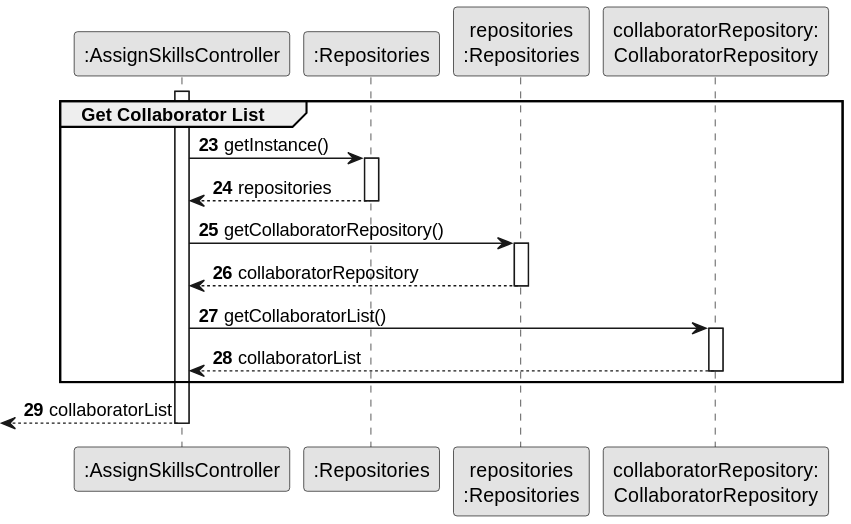
The PlantUML diagram docs/sprintB/us004/03.design/svg/us004-sequence-diagram-partial-get-collaborator-list.svg in ricardomm7/leaflink, before a commit. Its diagram source:
```plantuml
@startuml
skinparam monochrome true
skinparam packageStyle rectangle
skinparam shadowing false

autonumber 23

participant ":AssignSkillsController" as CTRL
participant ":Repositories" as GlobRepo
participant "repositories\n:Repositories" as PLAT
participant "collaboratorRepository:\nCollaboratorRepository" as CLBREP



activate CTRL
group Get Collaborator List
CTRL -> GlobRepo : getInstance()
activate GlobRepo

GlobRepo --> CTRL : repositories
deactivate GlobRepo

CTRL -> PLAT : getCollaboratorRepository()
activate PLAT

PLAT -->  CTRL: collaboratorRepository
deactivate PLAT

CTRL -> CLBREP : getCollaboratorList()
activate CLBREP

CLBREP --> CTRL : collaboratorList
deactivate CLBREP
end
<-- CTRL : collaboratorList
deactivate CTRL
@enduml
```
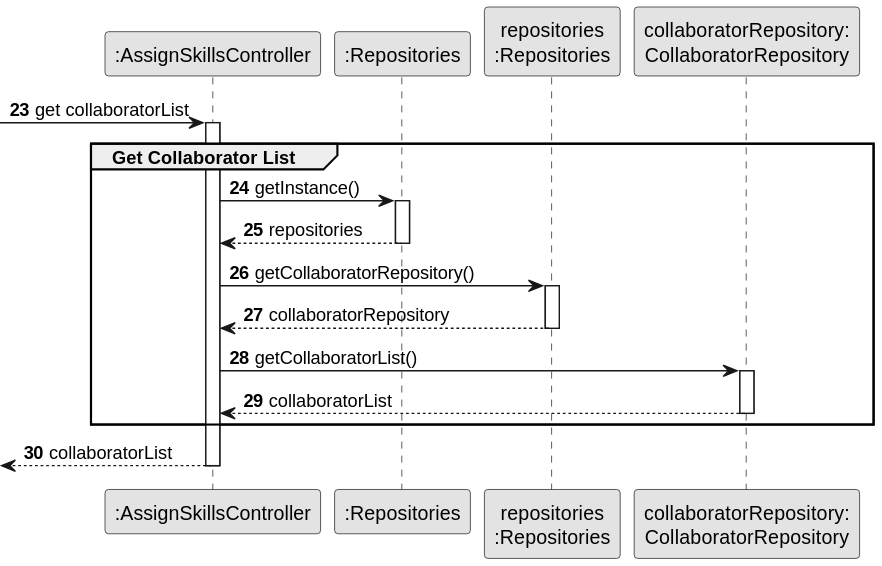
The same file after the commit.

The edit, as a diff of the source:
```diff
@@ -10,7 +10,7 @@
 participant "repositories\n:Repositories" as PLAT
 participant "collaboratorRepository:\nCollaboratorRepository" as CLBREP
 
-
+-> CTRL: get collaboratorList
 
 activate CTRL
 group Get Collaborator List
```
